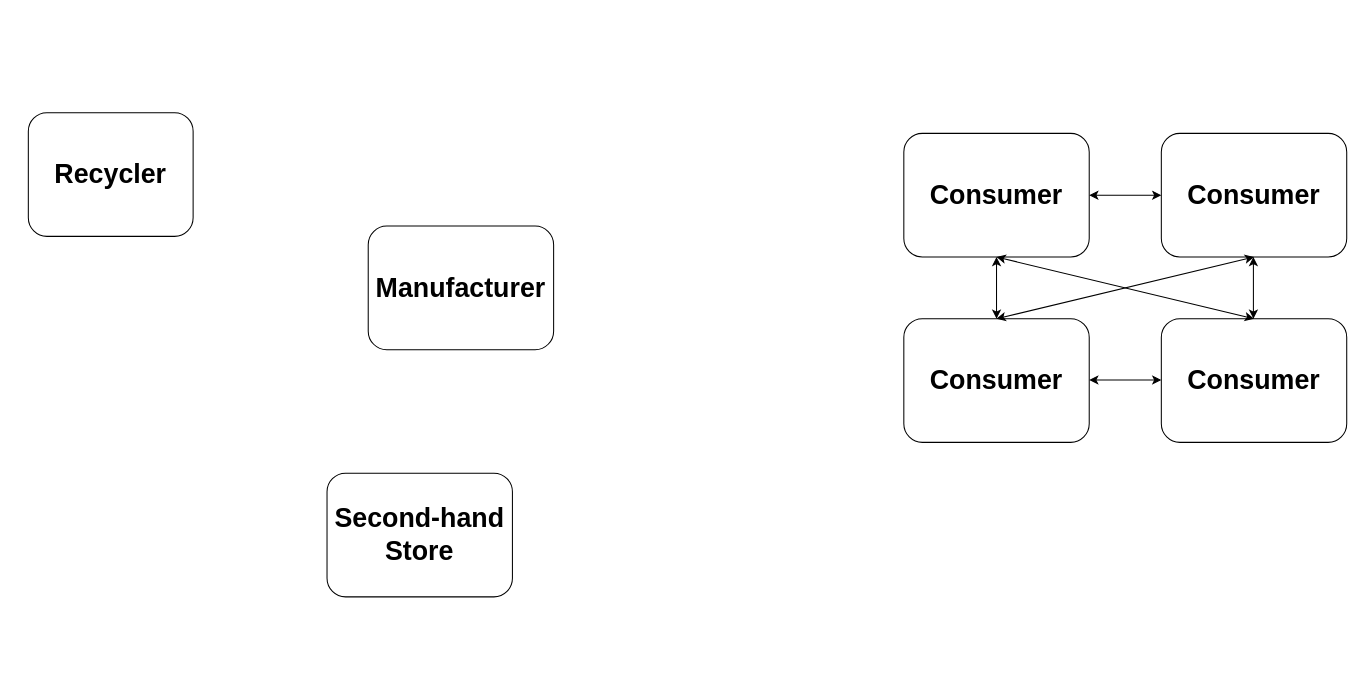
jungletada/ABMSF keeps this draw.io diagram as Smartphone.drawio. Above is the earlier version. Source tidied: cells renumbered, new cells numbered last; positions are measured from the earlier drawing's top-left corner, leaving out a move shared by most shapes. Both pictures are drawn from the tidied source at 103%, with x=0, y=0 at pixel (28, 112).
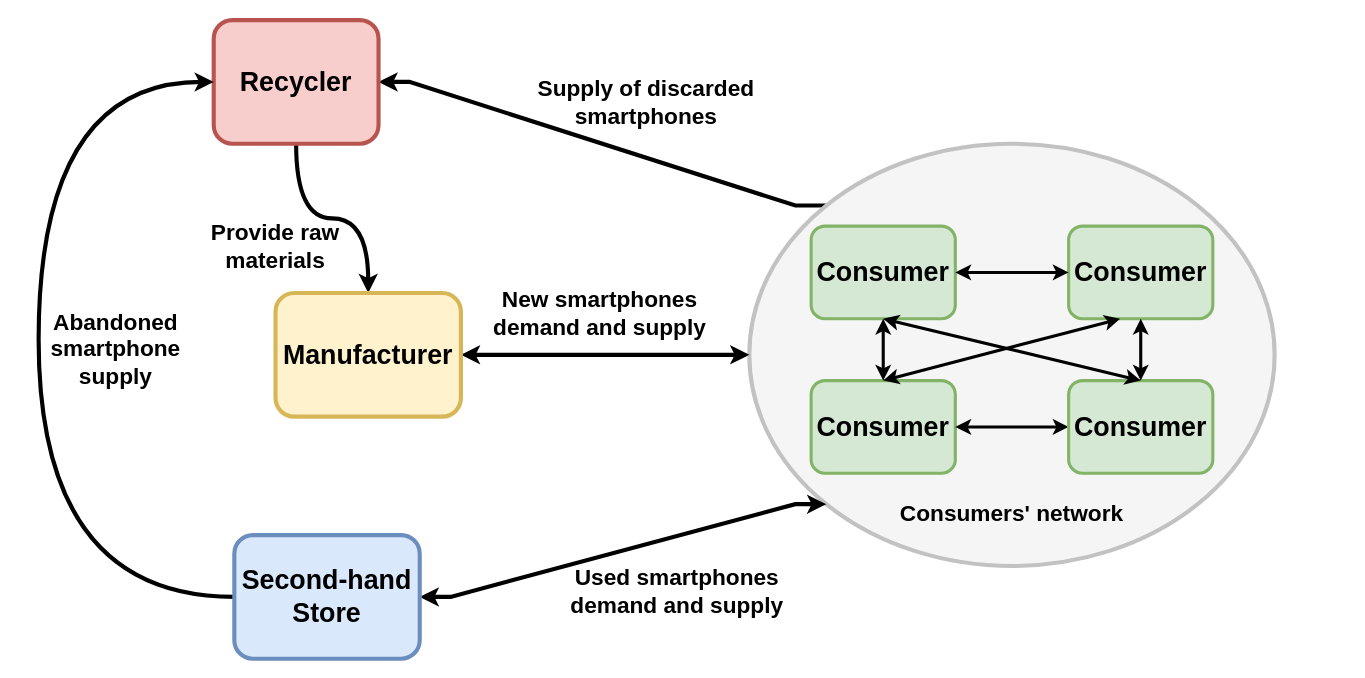
After the change.

What changed in the source:
```diff
@@
+    <mxCell id="15" style="edgeStyle=entityRelationEdgeStyle;rounded=0;jettySize=auto;html=1;exitX=0;exitY=0;exitDx=0;exitDy=0;strokeWidth=4;" parent="1" edge="1" source="16" target="2">
+      <mxGeometry relative="1" as="geometry" />
+    </mxCell>
+    <mxCell id="16" style="ellipse;whiteSpace=wrap;html=1;strokeWidth=4;fillColor=#f5f5f5;fontColor=#333333;strokeColor=#C2C2C2;" parent="1" vertex="1">
+      <mxGeometry x="700" y="30" width="510" height="410" as="geometry" />
+    </mxCell>
+    <mxCell id="17" style="edgeStyle=orthogonalEdgeStyle;rounded=0;jettySize=auto;html=1;exitX=0.5;exitY=1;exitDx=0;exitDy=0;elbow=vertical;curved=1;strokeWidth=4;" parent="1" edge="1" source="2" target="3">
+      <mxGeometry relative="1" as="geometry" />
+    </mxCell>
-    <mxCell id="2" value="&lt;font size=&quot;1&quot; style=&quot;&quot;&gt;&lt;b style=&quot;font-size: 26px;&quot;&gt;Recycler&lt;/b&gt;&lt;/font&gt;" style="rounded=1;whiteSpace=wrap;html=1;" parent="1" vertex="1">
-      <mxGeometry width="160" height="120" as="geometry" />
+    <mxCell id="2" value="&lt;font size=&quot;1&quot; style=&quot;&quot;&gt;&lt;b style=&quot;font-size: 26px;&quot;&gt;Recycler&lt;/b&gt;&lt;/font&gt;" style="rounded=1;whiteSpace=wrap;html=1;strokeWidth=4;fillColor=#f8cecc;strokeColor=#b85450;" parent="1" vertex="1">
+      <mxGeometry x="180" y="-90" width="160" height="120" as="geometry" />
     </mxCell>
+    <mxCell id="18" style="edgeStyle=orthogonalEdgeStyle;rounded=0;jettySize=auto;html=1;exitX=1;exitY=0.5;exitDx=0;exitDy=0;startArrow=classic;startFill=1;curved=1;strokeWidth=4;" parent="1" edge="1" source="3" target="16">
+      <mxGeometry relative="1" as="geometry" />
+    </mxCell>
-    <mxCell id="3" value="&lt;font size=&quot;1&quot; style=&quot;&quot;&gt;&lt;b style=&quot;font-size: 26px;&quot;&gt;Manufacturer&lt;/b&gt;&lt;/font&gt;" style="rounded=1;whiteSpace=wrap;html=1;" parent="1" vertex="1">
-      <mxGeometry x="330" y="110" width="180" height="120" as="geometry" />
+    <mxCell id="3" value="&lt;font size=&quot;1&quot; style=&quot;&quot;&gt;&lt;b style=&quot;font-size: 26px;&quot;&gt;Manufacturer&lt;/b&gt;&lt;/font&gt;" style="rounded=1;whiteSpace=wrap;html=1;strokeWidth=4;fillColor=#fff2cc;strokeColor=#d6b656;" parent="1" vertex="1">
+      <mxGeometry x="240" y="175" width="180" height="120" as="geometry" />
     </mxCell>
+    <mxCell id="19" style="edgeStyle=entityRelationEdgeStyle;rounded=0;jettySize=auto;html=1;exitX=1;exitY=0.5;exitDx=0;exitDy=0;entryX=0;entryY=1;entryDx=0;entryDy=0;startArrow=classic;startFill=1;strokeWidth=4;" parent="1" edge="1" source="4" target="16">
+      <mxGeometry relative="1" as="geometry" />
+    </mxCell>
+    <mxCell id="20" style="edgeStyle=orthogonalEdgeStyle;rounded=0;jettySize=auto;html=1;entryX=0;entryY=0.5;entryDx=0;entryDy=0;exitX=0;exitY=0.5;exitDx=0;exitDy=0;curved=1;strokeWidth=4;" parent="1" edge="1" source="4" target="2">
+      <mxGeometry relative="1" as="geometry">
+        <Array as="points">
+          <mxPoint x="10" y="470" />
+          <mxPoint x="10" y="-30" />
+        </Array>
+      </mxGeometry>
+    </mxCell>
-    <mxCell id="4" value="&lt;font size=&quot;1&quot; style=&quot;&quot;&gt;&lt;b style=&quot;font-size: 26px;&quot;&gt;Second-hand Store&lt;/b&gt;&lt;/font&gt;" style="rounded=1;whiteSpace=wrap;html=1;" parent="1" vertex="1">
-      <mxGeometry x="290" y="350" width="180" height="120" as="geometry" />
+    <mxCell id="4" value="&lt;font size=&quot;1&quot; style=&quot;&quot;&gt;&lt;b style=&quot;font-size: 26px;&quot;&gt;Second-hand Store&lt;/b&gt;&lt;/font&gt;" style="rounded=1;whiteSpace=wrap;html=1;strokeWidth=4;fillColor=#dae8fc;strokeColor=#6c8ebf;" parent="1" vertex="1">
+      <mxGeometry x="200" y="410" width="180" height="120" as="geometry" />
     </mxCell>
-    <mxCell id="5" value="&lt;font size=&quot;1&quot; style=&quot;&quot;&gt;&lt;b style=&quot;font-size: 26px;&quot;&gt;Consumer&lt;/b&gt;&lt;/font&gt;" style="rounded=1;whiteSpace=wrap;html=1;" parent="1" vertex="1">
-      <mxGeometry x="850" y="20" width="180" height="120" as="geometry" />
+    <mxCell id="5" value="&lt;font size=&quot;1&quot; style=&quot;&quot;&gt;&lt;b style=&quot;font-size: 26px;&quot;&gt;Consumer&lt;/b&gt;&lt;/font&gt;" style="rounded=1;whiteSpace=wrap;html=1;strokeWidth=3;fillColor=#d5e8d4;strokeColor=#82b366;" parent="1" vertex="1">
+      <mxGeometry x="760" y="110" width="140" height="90" as="geometry" />
     </mxCell>
-    <mxCell id="6" value="&lt;font size=&quot;1&quot; style=&quot;&quot;&gt;&lt;b style=&quot;font-size: 26px;&quot;&gt;Consumer&lt;/b&gt;&lt;/font&gt;" style="rounded=1;whiteSpace=wrap;html=1;" parent="1" vertex="1">
-      <mxGeometry x="1100" y="20" width="180" height="120" as="geometry" />
+    <mxCell id="6" value="&lt;font size=&quot;1&quot; style=&quot;&quot;&gt;&lt;b style=&quot;font-size: 26px;&quot;&gt;Consumer&lt;/b&gt;&lt;/font&gt;" style="rounded=1;whiteSpace=wrap;html=1;strokeWidth=3;fillColor=#d5e8d4;strokeColor=#82b366;" parent="1" vertex="1">
+      <mxGeometry x="1010" y="110" width="140" height="90" as="geometry" />
     </mxCell>
-    <mxCell id="7" value="&lt;font size=&quot;1&quot; style=&quot;&quot;&gt;&lt;b style=&quot;font-size: 26px;&quot;&gt;Consumer&lt;/b&gt;&lt;/font&gt;" style="rounded=1;whiteSpace=wrap;html=1;" parent="1" vertex="1">
-      <mxGeometry x="850" y="200" width="180" height="120" as="geometry" />
+    <mxCell id="7" value="&lt;font size=&quot;1&quot; style=&quot;&quot;&gt;&lt;b style=&quot;font-size: 26px;&quot;&gt;Consumer&lt;/b&gt;&lt;/font&gt;" style="rounded=1;whiteSpace=wrap;html=1;strokeWidth=3;fillColor=#d5e8d4;strokeColor=#82b366;" parent="1" vertex="1">
+      <mxGeometry x="760" y="260" width="140" height="90" as="geometry" />
     </mxCell>
+    <mxCell id="21" style="edgeStyle=orthogonalEdgeStyle;rounded=0;jettySize=auto;html=1;startArrow=classic;startFill=1;strokeWidth=3;" parent="1" edge="1" source="8" target="7">
+      <mxGeometry relative="1" as="geometry" />
+    </mxCell>
-    <mxCell id="8" value="&lt;font size=&quot;1&quot; style=&quot;&quot;&gt;&lt;b style=&quot;font-size: 26px;&quot;&gt;Consumer&lt;/b&gt;&lt;/font&gt;" style="rounded=1;whiteSpace=wrap;html=1;" parent="1" vertex="1">
-      <mxGeometry x="1100" y="200" width="180" height="120" as="geometry" />
+    <mxCell id="8" value="&lt;font size=&quot;1&quot; style=&quot;&quot;&gt;&lt;b style=&quot;font-size: 26px;&quot;&gt;Consumer&lt;/b&gt;&lt;/font&gt;" style="rounded=1;whiteSpace=wrap;html=1;strokeWidth=3;fillColor=#d5e8d4;strokeColor=#82b366;" parent="1" vertex="1">
+      <mxGeometry x="1010" y="260" width="140" height="90" as="geometry" />
     </mxCell>
-    <mxCell id="9" style="endArrow=classic;startArrow=classic;html=1;rounded=0;entryX=0.5;entryY=1;entryDx=0;entryDy=0;" parent="1" edge="1" source="7" target="5">
+    <mxCell id="9" style="endArrow=classic;startArrow=classic;html=1;rounded=0;entryX=0.5;entryY=1;entryDx=0;entryDy=0;strokeWidth=3;" parent="1" edge="1" source="7" target="5">
       <mxGeometry relative="1" as="geometry" />
     </mxCell>
-    <mxCell id="10" style="endArrow=classic;startArrow=classic;html=1;rounded=0;exitX=1;exitY=0.5;exitDx=0;exitDy=0;entryX=0;entryY=0.5;entryDx=0;entryDy=0;" parent="1" edge="1" source="5" target="6">
+    <mxCell id="10" style="endArrow=classic;startArrow=classic;html=1;rounded=0;exitX=1;exitY=0.5;exitDx=0;exitDy=0;entryX=0;entryY=0.5;entryDx=0;entryDy=0;strokeWidth=3;" parent="1" edge="1" source="5" target="6">
       <mxGeometry relative="1" as="geometry" />
     </mxCell>
-    <mxCell id="11" style="endArrow=classic;startArrow=classic;html=1;rounded=0;entryX=0.5;entryY=1;entryDx=0;entryDy=0;" parent="1" edge="1">
-      <mxGeometry relative="1" as="geometry">
-        <mxPoint x="1189.4" y="200" as="sourcePoint" />
-        <mxPoint x="1189.4" y="140" as="targetPoint" />
-      </mxGeometry>
+    <mxCell id="11" style="endArrow=classic;startArrow=classic;html=1;rounded=0;exitX=0.5;exitY=1;exitDx=0;exitDy=0;strokeWidth=3;" parent="1" edge="1" source="6" target="8">
+      <mxGeometry relative="1" as="geometry" />
     </mxCell>
-    <mxCell id="12" style="endArrow=classic;startArrow=classic;html=1;rounded=0;exitX=1;exitY=0.5;exitDx=0;exitDy=0;entryX=0;entryY=0.5;entryDx=0;entryDy=0;" parent="1" edge="1">
-      <mxGeometry relative="1" as="geometry">
-        <mxPoint x="1030" y="259.4" as="sourcePoint" />
-        <mxPoint x="1100" y="259.4" as="targetPoint" />
-      </mxGeometry>
-    </mxCell>
-    <mxCell id="13" style="endArrow=classic;startArrow=classic;html=1;rounded=0;exitX=0.5;exitY=0;exitDx=0;exitDy=0;" parent="1" edge="1" source="7">
+    <mxCell id="13" style="endArrow=classic;startArrow=classic;html=1;rounded=0;exitX=0.5;exitY=0;exitDx=0;exitDy=0;strokeWidth=3;" parent="1" edge="1" source="7">
       <mxGeometry relative="1" as="geometry">
-        <mxPoint x="1190" y="140" as="targetPoint" />
+        <mxPoint x="1060" y="200" as="targetPoint" />
       </mxGeometry>
     </mxCell>
-    <mxCell id="14" style="endArrow=classic;startArrow=classic;html=1;rounded=0;exitX=0.5;exitY=1;exitDx=0;exitDy=0;" parent="1" edge="1" source="5">
-      <mxGeometry relative="1" as="geometry">
-        <mxPoint x="1190" y="200" as="targetPoint" />
-      </mxGeometry>
+    <mxCell id="14" style="endArrow=classic;startArrow=classic;html=1;rounded=0;exitX=0.5;exitY=1;exitDx=0;exitDy=0;entryX=0.5;entryY=0;entryDx=0;entryDy=0;strokeWidth=3;" parent="1" edge="1" source="5" target="8">
+      <mxGeometry relative="1" as="geometry" />
     </mxCell>
+    <mxCell id="22" value="&lt;font style=&quot;font-size: 22px;&quot;&gt;New smartphones demand and supply&lt;/font&gt;" style="text;html=1;align=center;verticalAlign=middle;whiteSpace=wrap;rounded=0;fontStyle=1;" parent="1" vertex="1">
+      <mxGeometry x="450" y="140" width="210" height="110" as="geometry" />
+    </mxCell>
+    <mxCell id="23" value="&lt;font style=&quot;font-size: 22px;&quot;&gt;Used smartphones demand and supply&lt;/font&gt;" style="text;html=1;align=center;verticalAlign=middle;whiteSpace=wrap;rounded=0;fontStyle=1;" parent="1" vertex="1">
+      <mxGeometry x="520" y="410" width="220" height="110" as="geometry" />
+    </mxCell>
+    <mxCell id="24" value="&lt;font style=&quot;font-size: 22px;&quot;&gt;Supply of discarded smartphones&lt;/font&gt;" style="text;html=1;align=center;verticalAlign=middle;whiteSpace=wrap;rounded=0;fontStyle=1;" parent="1" vertex="1">
+      <mxGeometry x="490" y="-60" width="220" height="100" as="geometry" />
+    </mxCell>
+    <mxCell id="25" value="&lt;font style=&quot;font-size: 22px;&quot;&gt;Provide raw materials&lt;/font&gt;" style="text;html=1;align=center;verticalAlign=middle;whiteSpace=wrap;rounded=0;fontStyle=1;" parent="1" vertex="1">
+      <mxGeometry x="150" y="90" width="180" height="80" as="geometry" />
+    </mxCell>
+    <mxCell id="26" value="&lt;font style=&quot;font-size: 22px;&quot;&gt;Abandoned smartphone supply&lt;/font&gt;" style="text;html=1;align=center;verticalAlign=middle;whiteSpace=wrap;rounded=0;fontStyle=1;" parent="1" vertex="1">
+      <mxGeometry x="-10" y="190" width="190" height="80" as="geometry" />
+    </mxCell>
+    <mxCell id="27" value="&lt;font style=&quot;font-size: 22px;&quot;&gt;Consumers' network&lt;/font&gt;" style="text;html=1;align=center;verticalAlign=middle;whiteSpace=wrap;rounded=0;fontStyle=1;" parent="1" vertex="1">
+      <mxGeometry x="845" y="350" width="220" height="80" as="geometry" />
+    </mxCell>
```
